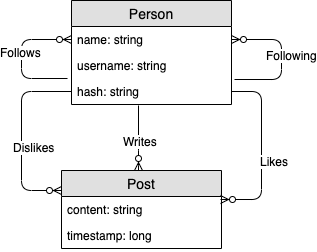
This is img/er.png from Revilotom/emocial, a draw.io export, as it was before one commit. Source tidied: cells renumbered, new cells last; positions are measured from the earlier drawing's top-left corner, leaving out a move shared by most shapes.
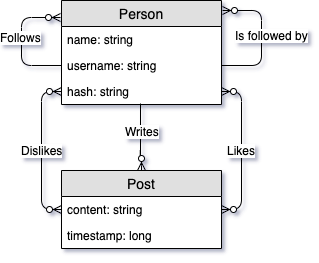
Later version of the same file.

Change to the diagram source:
```diff
@@ -14,30 +14,32 @@
     <mxCell id="5" value="hash: string" style="text;strokeColor=none;fillColor=none;spacingLeft=4;spacingRight=4;overflow=hidden;points=[[0,0.5],[1,0.5]];portConstraint=eastwest;fontSize=12;" parent="2" vertex="1">
       <mxGeometry y="78" width="160" height="26" as="geometry" />
     </mxCell>
-    <mxCell id="6" style="edgeStyle=elbowEdgeStyle;fontSize=12;html=1;endArrow=ERzeroToMany;endFill=1;exitX=-0.025;exitY=0;exitDx=0;exitDy=0;exitPerimeter=0;entryX=0;entryY=0.5;entryDx=0;entryDy=0;elbow=vertical;" parent="2" edge="1" source="5" target="3">
+    <mxCell id="6" style="edgeStyle=elbowEdgeStyle;fontSize=12;html=1;endArrow=ERzeroToMany;endFill=1;exitX=0;exitY=0.5;exitDx=0;exitDy=0;entryX=-0.006;entryY=0.163;entryDx=0;entryDy=0;elbow=vertical;entryPerimeter=0;" parent="2" edge="1" source="4" target="2">
       <mxGeometry relative="1" as="geometry">
         <Array as="points">
-          <mxPoint x="-50" y="60" />
+          <mxPoint x="-40" y="60" />
         </Array>
       </mxGeometry>
     </mxCell>
     <mxCell id="7" value="Follows" style="text;html=1;align=center;verticalAlign=middle;labelBackgroundColor=#ffffff;" parent="6" vertex="1">
       <mxGeometry x="0.09" y="1" relative="1" as="geometry" />
     </mxCell>
-    <mxCell id="8" style="edgeStyle=elbowEdgeStyle;fontSize=12;html=1;endArrow=ERzeroToMany;endFill=1;exitX=1.019;exitY=1.038;exitDx=0;exitDy=0;elbow=vertical;entryX=1;entryY=0.5;entryDx=0;entryDy=0;exitPerimeter=0;" parent="2" edge="1" source="4" target="3">
+    <mxCell id="8" style="edgeStyle=elbowEdgeStyle;fontSize=12;html=1;endArrow=ERzeroToMany;endFill=1;exitX=1;exitY=0.5;exitDx=0;exitDy=0;elbow=vertical;entryX=1.006;entryY=0.096;entryDx=0;entryDy=0;entryPerimeter=0;" parent="2" edge="1" source="4" target="2">
       <mxGeometry relative="1" as="geometry">
         <Array as="points">
+          <mxPoint x="200" y="20" />
+          <mxPoint x="200" y="65" />
           <mxPoint x="210" y="65" />
         </Array>
       </mxGeometry>
     </mxCell>
-    <mxCell id="9" value="Following" style="text;html=1;align=center;verticalAlign=middle;labelBackgroundColor=#ffffff;" parent="8" vertex="1">
+    <mxCell id="9" value="Is followed by" style="text;html=1;align=center;verticalAlign=middle;labelBackgroundColor=#ffffff;" parent="8" vertex="1">
       <mxGeometry x="0.09" y="1" relative="1" as="geometry">
         <mxPoint x="11" y="2" as="offset" />
       </mxGeometry>
     </mxCell>
     <mxCell id="10" value="Post" style="swimlane;fontStyle=0;horizontal=1;startSize=26;fillColor=#e0e0e0;swimlaneFillColor=#ffffff;align=center;fontSize=14;" parent="1" vertex="1">
-      <mxGeometry x="50" y="170" width="160" height="78" as="geometry" />
+      <mxGeometry x="60" y="170" width="160" height="78" as="geometry" />
     </mxCell>
     <mxCell id="11" value="content: string" style="text;strokeColor=none;fillColor=none;spacingLeft=4;spacingRight=4;overflow=hidden;points=[[0,0.5],[1,0.5]];portConstraint=eastwest;fontSize=12;" parent="10" vertex="1">
       <mxGeometry y="26" width="160" height="26" as="geometry" />
@@ -45,7 +47,7 @@
     <mxCell id="12" value="timestamp: long" style="text;strokeColor=none;fillColor=none;spacingLeft=4;spacingRight=4;overflow=hidden;fontSize=12;" parent="10" vertex="1">
       <mxGeometry y="52" width="160" height="26" as="geometry" />
     </mxCell>
-    <mxCell id="13" style="edgeStyle=elbowEdgeStyle;fontSize=12;html=1;endArrow=ERzeroToMany;endFill=1;elbow=vertical;exitX=0.419;exitY=1.038;exitDx=0;exitDy=0;exitPerimeter=0;" parent="1" edge="1" source="5" target="10">
+    <mxCell id="13" style="edgeStyle=elbowEdgeStyle;fontSize=12;html=1;endArrow=ERzeroToMany;endFill=1;elbow=vertical;exitX=0.494;exitY=0.962;exitDx=0;exitDy=0;exitPerimeter=0;entryX=0.5;entryY=0;entryDx=0;entryDy=0;" parent="1" edge="1" source="5" target="10">
       <mxGeometry relative="1" as="geometry">
         <Array as="points">
           <mxPoint x="127" y="160" />
@@ -53,32 +55,25 @@
       </mxGeometry>
     </mxCell>
     <mxCell id="14" value="Writes" style="text;html=1;align=center;verticalAlign=middle;labelBackgroundColor=#ffffff;" parent="13" vertex="1">
-      <mxGeometry x="0.09" y="1" relative="1" as="geometry" />
+      <mxGeometry x="0.09" y="1" relative="1" as="geometry">
+        <mxPoint y="-10" as="offset" />
+      </mxGeometry>
     </mxCell>
-    <mxCell id="15" style="edgeStyle=elbowEdgeStyle;fontSize=12;html=1;endArrow=ERzeroToMany;endFill=1;elbow=vertical;entryX=0.994;entryY=0.115;entryDx=0;entryDy=0;entryPerimeter=0;" parent="1" edge="1" source="5" target="11">
-      <mxGeometry relative="1" as="geometry">
-        <Array as="points">
-          <mxPoint x="250" y="150" />
-        </Array>
-      </mxGeometry>
-    </mxCell>
+    <mxCell id="18" value="Dislikes" style="edgeStyle=orthogonalEdgeStyle;fontSize=12;html=1;endArrow=ERzeroToMany;endFill=1;startArrow=ERzeroToMany;entryX=0;entryY=0.5;entryDx=0;entryDy=0;exitX=0;exitY=0.5;exitDx=0;exitDy=0;" parent="1" edge="1" source="5" target="11">
+      <mxGeometry relative="1" as="geometry">
+        <Array as="points">
+          <mxPoint x="40" y="91" />
+          <mxPoint x="40" y="209" />
+        </Array>
+      </mxGeometry>
+    </mxCell>
-    <mxCell id="16" value="Likes" style="text;html=1;align=center;verticalAlign=middle;labelBackgroundColor=#ffffff;" parent="15" vertex="1">
-      <mxGeometry x="0.09" y="1" relative="1" as="geometry">
-        <mxPoint x="11" y="2" as="offset" />
+    <mxCell id="16" value="Likes" style="edgeStyle=orthogonalEdgeStyle;fontSize=12;html=1;endArrow=ERzeroToMany;endFill=1;startArrow=ERzeroToMany;entryX=1;entryY=0.5;entryDx=0;entryDy=0;exitX=1;exitY=0.5;exitDx=0;exitDy=0;" parent="1" edge="1" source="5" target="11">
+      <mxGeometry relative="1" as="geometry">
+        <Array as="points">
+          <mxPoint x="240" y="91" />
+          <mxPoint x="240" y="209" />
+        </Array>
       </mxGeometry>
     </mxCell>
-    <mxCell id="17" style="edgeStyle=elbowEdgeStyle;fontSize=12;html=1;endArrow=ERzeroToMany;endFill=1;elbow=vertical;exitX=0;exitY=0.5;exitDx=0;exitDy=0;entryX=0;entryY=0.25;entryDx=0;entryDy=0;" parent="1" edge="1" source="5" target="10">
-      <mxGeometry relative="1" as="geometry">
-        <Array as="points">
-          <mxPoint x="10" y="160" />
-          <mxPoint y="160" />
-        </Array>
-      </mxGeometry>
-    </mxCell>
-    <mxCell id="18" value="Dislikes" style="text;html=1;align=center;verticalAlign=middle;labelBackgroundColor=#ffffff;" parent="17" vertex="1">
-      <mxGeometry x="0.09" y="1" relative="1" as="geometry">
-        <mxPoint x="11" y="2" as="offset" />
-      </mxGeometry>
-    </mxCell>
   </root>
 </mxGraphModel>
```
